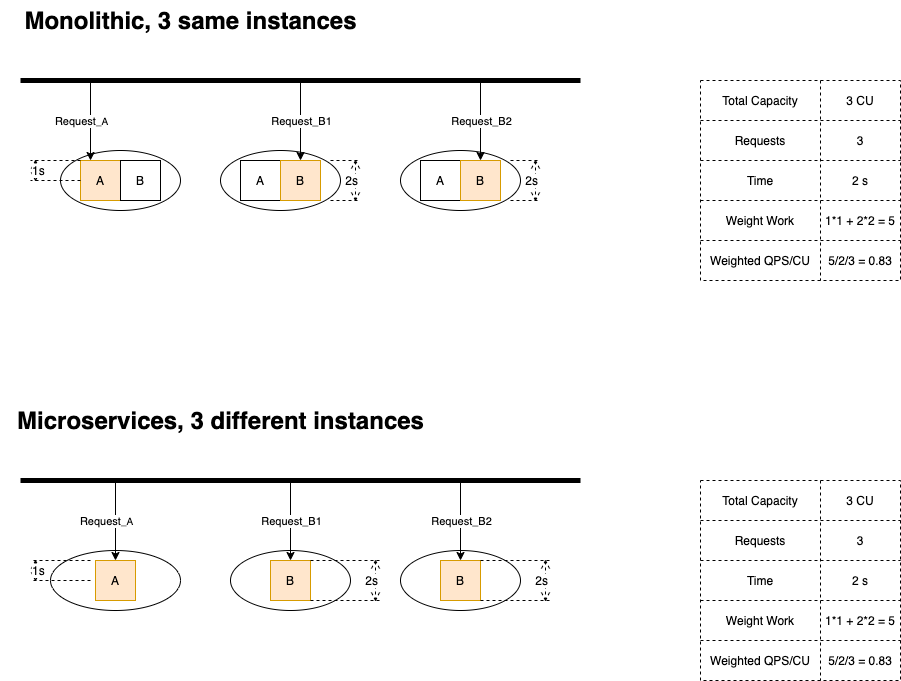
Before: 2021-11-how-independent-scaling-helps-with-performance/no-dep/no-dep-1v2.drawio.png, a diagram exported from draw.io (chenjianjx/cjx-diagrams). Source tidied: cells renumbered, new cells last; positions are measured from the earlier drawing's top-left corner, leaving out a move shared by most shapes.
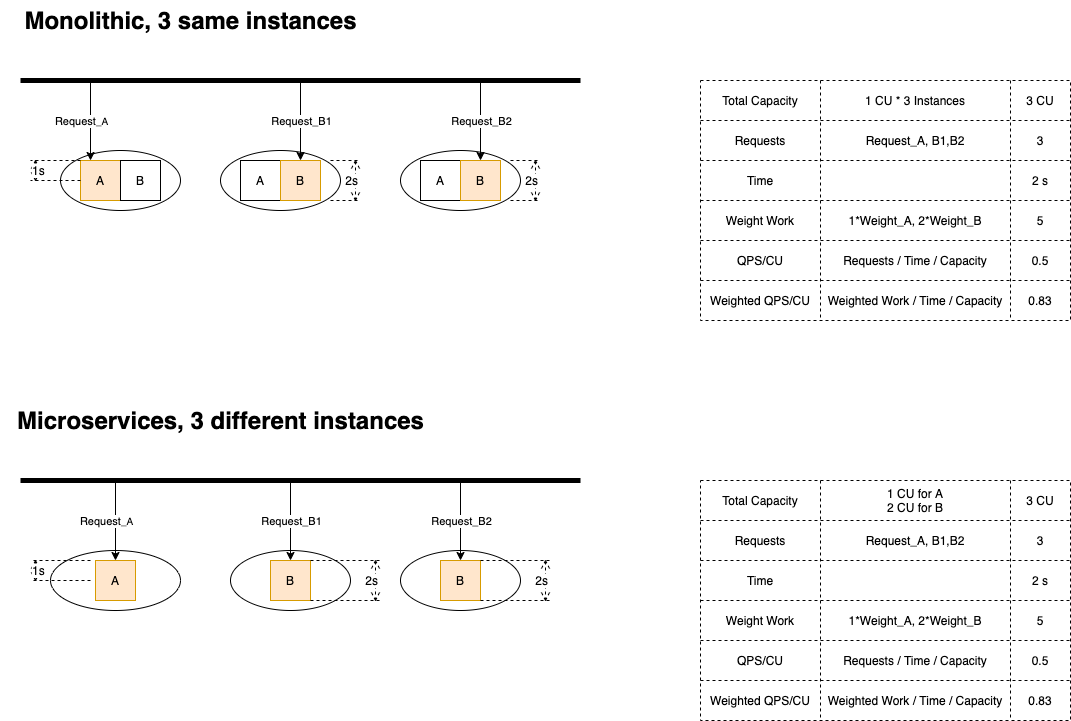
The same file after the commit.

The edit, as a diff of the source:
```diff
@@ -37,103 +37,157 @@
       <mxGeometry x="30" y="160" width="50" height="20" as="geometry" />
     </mxCell>
     <mxCell id="10" style="shape=table;html=1;whiteSpace=wrap;startSize=0;dashed=1;verticalAlign=bottom;" parent="1" vertex="1">
-      <mxGeometry x="700" y="80" width="200" height="200" as="geometry" />
+      <mxGeometry x="700" y="80" width="370" height="240" as="geometry" />
     </mxCell>
     <mxCell id="11" style="shape=partialRectangle;html=1;whiteSpace=wrap;fillColor=none;top=0;left=0;bottom=0;right=0;" parent="10" vertex="1">
-      <mxGeometry width="200" height="40" as="geometry" />
+      <mxGeometry width="370" height="40" as="geometry" />
     </mxCell>
     <mxCell id="12" value="Total Capacity" style="shape=partialRectangle;html=1;whiteSpace=wrap;fillColor=none;top=0;left=0;bottom=0;right=0;overflow=hidden;" parent="11" vertex="1">
       <mxGeometry width="120" height="40" as="geometry" />
     </mxCell>
+    <mxCell id="75" value="&lt;span&gt;1 CU * 3 Instances&lt;/span&gt;" style="shape=partialRectangle;html=1;whiteSpace=wrap;fillColor=none;top=0;left=0;bottom=0;right=0;overflow=hidden;" parent="11" vertex="1">
+      <mxGeometry x="120" width="190" height="40" as="geometry" />
+    </mxCell>
     <mxCell id="13" value="3 CU" style="shape=partialRectangle;html=1;whiteSpace=wrap;fillColor=none;top=0;left=0;bottom=0;right=0;overflow=hidden;" parent="11" vertex="1">
-      <mxGeometry x="120" width="80" height="40" as="geometry" />
+      <mxGeometry x="310" width="60" height="40" as="geometry" />
     </mxCell>
     <mxCell id="14" style="shape=partialRectangle;html=1;whiteSpace=wrap;fillColor=none;top=0;left=0;bottom=0;right=0;" parent="10" vertex="1">
-      <mxGeometry y="40" width="200" height="40" as="geometry" />
+      <mxGeometry y="40" width="370" height="40" as="geometry" />
     </mxCell>
     <mxCell id="15" value="Requests" style="shape=partialRectangle;html=1;whiteSpace=wrap;fillColor=none;top=0;left=0;bottom=0;right=0;overflow=hidden;" parent="14" vertex="1">
       <mxGeometry width="120" height="40" as="geometry" />
     </mxCell>
+    <mxCell id="76" value="Request_A, B1,B2" style="shape=partialRectangle;html=1;whiteSpace=wrap;fillColor=none;top=0;left=0;bottom=0;right=0;overflow=hidden;" parent="14" vertex="1">
+      <mxGeometry x="120" width="190" height="40" as="geometry" />
+    </mxCell>
     <mxCell id="16" value="3" style="shape=partialRectangle;html=1;whiteSpace=wrap;fillColor=none;top=0;left=0;bottom=0;right=0;overflow=hidden;" parent="14" vertex="1">
-      <mxGeometry x="120" width="80" height="40" as="geometry" />
+      <mxGeometry x="310" width="60" height="40" as="geometry" />
     </mxCell>
     <mxCell id="17" style="shape=partialRectangle;html=1;whiteSpace=wrap;fillColor=none;top=0;left=0;bottom=0;right=0;" parent="10" vertex="1">
-      <mxGeometry y="80" width="200" height="40" as="geometry" />
+      <mxGeometry y="80" width="370" height="40" as="geometry" />
     </mxCell>
     <mxCell id="18" value="Time" style="shape=partialRectangle;html=1;whiteSpace=wrap;fillColor=none;top=0;left=0;bottom=0;right=0;overflow=hidden;" parent="17" vertex="1">
       <mxGeometry width="120" height="40" as="geometry" />
     </mxCell>
+    <mxCell id="77" style="shape=partialRectangle;html=1;whiteSpace=wrap;fillColor=none;top=0;left=0;bottom=0;right=0;overflow=hidden;" parent="17" vertex="1">
+      <mxGeometry x="120" width="190" height="40" as="geometry" />
+    </mxCell>
     <mxCell id="19" value="2 s" style="shape=partialRectangle;html=1;whiteSpace=wrap;fillColor=none;top=0;left=0;bottom=0;right=0;overflow=hidden;" parent="17" vertex="1">
-      <mxGeometry x="120" width="80" height="40" as="geometry" />
+      <mxGeometry x="310" width="60" height="40" as="geometry" />
     </mxCell>
     <mxCell id="20" style="shape=partialRectangle;html=1;whiteSpace=wrap;fillColor=none;top=0;left=0;bottom=0;right=0;" parent="10" vertex="1">
-      <mxGeometry y="120" width="200" height="40" as="geometry" />
+      <mxGeometry y="120" width="370" height="40" as="geometry" />
     </mxCell>
     <mxCell id="21" value="&lt;span&gt;Weight Work&lt;/span&gt;" style="shape=partialRectangle;html=1;whiteSpace=wrap;fillColor=none;top=0;left=0;bottom=0;right=0;overflow=hidden;" parent="20" vertex="1">
       <mxGeometry width="120" height="40" as="geometry" />
     </mxCell>
+    <mxCell id="78" value="&lt;span&gt;1*Weight_A, 2*Weight_B&lt;/span&gt;" style="shape=partialRectangle;html=1;whiteSpace=wrap;fillColor=none;top=0;left=0;bottom=0;right=0;overflow=hidden;" parent="20" vertex="1">
+      <mxGeometry x="120" width="190" height="40" as="geometry" />
+    </mxCell>
-    <mxCell id="22" value="1*1 + 2*2 = 5" style="shape=partialRectangle;html=1;whiteSpace=wrap;fillColor=none;top=0;left=0;bottom=0;right=0;overflow=hidden;" parent="20" vertex="1">
-      <mxGeometry x="120" width="80" height="40" as="geometry" />
+    <mxCell id="22" value="5" style="shape=partialRectangle;html=1;whiteSpace=wrap;fillColor=none;top=0;left=0;bottom=0;right=0;overflow=hidden;" parent="20" vertex="1">
+      <mxGeometry x="310" width="60" height="40" as="geometry" />
     </mxCell>
+    <mxCell id="79" style="shape=partialRectangle;html=1;whiteSpace=wrap;fillColor=none;top=0;left=0;bottom=0;right=0;" parent="10" vertex="1">
+      <mxGeometry y="160" width="370" height="40" as="geometry" />
+    </mxCell>
+    <mxCell id="80" value="&lt;span&gt;QPS/CU&lt;/span&gt;" style="shape=partialRectangle;html=1;whiteSpace=wrap;fillColor=none;top=0;left=0;bottom=0;right=0;overflow=hidden;" parent="79" vertex="1">
+      <mxGeometry width="120" height="40" as="geometry" />
+    </mxCell>
+    <mxCell id="81" value="&lt;span&gt;Requests / Time / Capacity&lt;/span&gt;" style="shape=partialRectangle;html=1;whiteSpace=wrap;fillColor=none;top=0;left=0;bottom=0;right=0;overflow=hidden;" parent="79" vertex="1">
+      <mxGeometry x="120" width="190" height="40" as="geometry" />
+    </mxCell>
+    <mxCell id="82" value="0.5" style="shape=partialRectangle;html=1;whiteSpace=wrap;fillColor=none;top=0;left=0;bottom=0;right=0;overflow=hidden;" parent="79" vertex="1">
+      <mxGeometry x="310" width="60" height="40" as="geometry" />
+    </mxCell>
     <mxCell id="23" style="shape=partialRectangle;html=1;whiteSpace=wrap;fillColor=none;top=0;left=0;bottom=0;right=0;" parent="10" vertex="1">
-      <mxGeometry y="160" width="200" height="40" as="geometry" />
+      <mxGeometry y="200" width="370" height="40" as="geometry" />
     </mxCell>
     <mxCell id="24" value="Weighted QPS/CU" style="shape=partialRectangle;html=1;whiteSpace=wrap;fillColor=none;top=0;left=0;bottom=0;right=0;overflow=hidden;" parent="23" vertex="1">
       <mxGeometry width="120" height="40" as="geometry" />
     </mxCell>
+    <mxCell id="83" value="&lt;span&gt;Weighted Work / Time / Capacity&lt;/span&gt;" style="shape=partialRectangle;html=1;whiteSpace=wrap;fillColor=none;top=0;left=0;bottom=0;right=0;overflow=hidden;" parent="23" vertex="1">
+      <mxGeometry x="120" width="190" height="40" as="geometry" />
+    </mxCell>
-    <mxCell id="25" value="5/2/3 = 0.83" style="shape=partialRectangle;html=1;whiteSpace=wrap;fillColor=none;top=0;left=0;bottom=0;right=0;overflow=hidden;" parent="23" vertex="1">
-      <mxGeometry x="120" width="80" height="40" as="geometry" />
+    <mxCell id="25" value="0.83" style="shape=partialRectangle;html=1;whiteSpace=wrap;fillColor=none;top=0;left=0;bottom=0;right=0;overflow=hidden;" parent="23" vertex="1">
+      <mxGeometry x="310" width="60" height="40" as="geometry" />
     </mxCell>
     <mxCell id="26" value="Monolithic, 3 same instances" style="text;strokeColor=none;fillColor=none;html=1;fontSize=24;fontStyle=1;verticalAlign=middle;align=center;dashed=1;" parent="1" vertex="1">
       <mxGeometry width="380" height="40" as="geometry" />
     </mxCell>
     <mxCell id="27" style="shape=table;html=1;whiteSpace=wrap;startSize=0;dashed=1;verticalAlign=bottom;" parent="1" vertex="1">
-      <mxGeometry x="700" y="480" width="200" height="200" as="geometry" />
+      <mxGeometry x="700" y="480" width="370" height="240" as="geometry" />
     </mxCell>
     <mxCell id="28" style="shape=partialRectangle;html=1;whiteSpace=wrap;fillColor=none;top=0;left=0;bottom=0;right=0;" parent="27" vertex="1">
-      <mxGeometry width="200" height="40" as="geometry" />
+      <mxGeometry width="370" height="40" as="geometry" />
     </mxCell>
     <mxCell id="29" value="Total Capacity" style="shape=partialRectangle;html=1;whiteSpace=wrap;fillColor=none;top=0;left=0;bottom=0;right=0;overflow=hidden;" parent="28" vertex="1">
       <mxGeometry width="120" height="40" as="geometry" />
     </mxCell>
+    <mxCell id="84" value="&lt;span&gt;1 CU for A&lt;/span&gt;&lt;br&gt;&lt;span&gt;2 CU for B&lt;/span&gt;" style="shape=partialRectangle;html=1;whiteSpace=wrap;fillColor=none;top=0;left=0;bottom=0;right=0;overflow=hidden;" parent="28" vertex="1">
+      <mxGeometry x="120" width="190" height="40" as="geometry" />
+    </mxCell>
     <mxCell id="30" value="3 CU" style="shape=partialRectangle;html=1;whiteSpace=wrap;fillColor=none;top=0;left=0;bottom=0;right=0;overflow=hidden;" parent="28" vertex="1">
-      <mxGeometry x="120" width="80" height="40" as="geometry" />
+      <mxGeometry x="310" width="60" height="40" as="geometry" />
     </mxCell>
     <mxCell id="31" style="shape=partialRectangle;html=1;whiteSpace=wrap;fillColor=none;top=0;left=0;bottom=0;right=0;" parent="27" vertex="1">
-      <mxGeometry y="40" width="200" height="40" as="geometry" />
+      <mxGeometry y="40" width="370" height="40" as="geometry" />
     </mxCell>
     <mxCell id="32" value="Requests" style="shape=partialRectangle;html=1;whiteSpace=wrap;fillColor=none;top=0;left=0;bottom=0;right=0;overflow=hidden;" parent="31" vertex="1">
       <mxGeometry width="120" height="40" as="geometry" />
     </mxCell>
+    <mxCell id="85" value="&lt;span&gt;Request_A, B1,B2&lt;/span&gt;" style="shape=partialRectangle;html=1;whiteSpace=wrap;fillColor=none;top=0;left=0;bottom=0;right=0;overflow=hidden;" parent="31" vertex="1">
+      <mxGeometry x="120" width="190" height="40" as="geometry" />
+    </mxCell>
     <mxCell id="33" value="3" style="shape=partialRectangle;html=1;whiteSpace=wrap;fillColor=none;top=0;left=0;bottom=0;right=0;overflow=hidden;" parent="31" vertex="1">
-      <mxGeometry x="120" width="80" height="40" as="geometry" />
+      <mxGeometry x="310" width="60" height="40" as="geometry" />
     </mxCell>
     <mxCell id="34" style="shape=partialRectangle;html=1;whiteSpace=wrap;fillColor=none;top=0;left=0;bottom=0;right=0;" parent="27" vertex="1">
-      <mxGeometry y="80" width="200" height="40" as="geometry" />
+      <mxGeometry y="80" width="370" height="40" as="geometry" />
     </mxCell>
     <mxCell id="35" value="Time" style="shape=partialRectangle;html=1;whiteSpace=wrap;fillColor=none;top=0;left=0;bottom=0;right=0;overflow=hidden;" parent="34" vertex="1">
       <mxGeometry width="120" height="40" as="geometry" />
     </mxCell>
+    <mxCell id="86" style="shape=partialRectangle;html=1;whiteSpace=wrap;fillColor=none;top=0;left=0;bottom=0;right=0;overflow=hidden;" parent="34" vertex="1">
+      <mxGeometry x="120" width="190" height="40" as="geometry" />
+    </mxCell>
     <mxCell id="36" value="2 s" style="shape=partialRectangle;html=1;whiteSpace=wrap;fillColor=none;top=0;left=0;bottom=0;right=0;overflow=hidden;" parent="34" vertex="1">
-      <mxGeometry x="120" width="80" height="40" as="geometry" />
+      <mxGeometry x="310" width="60" height="40" as="geometry" />
     </mxCell>
     <mxCell id="37" style="shape=partialRectangle;html=1;whiteSpace=wrap;fillColor=none;top=0;left=0;bottom=0;right=0;" parent="27" vertex="1">
-      <mxGeometry y="120" width="200" height="40" as="geometry" />
+      <mxGeometry y="120" width="370" height="40" as="geometry" />
     </mxCell>
     <mxCell id="38" value="Weight Work" style="shape=partialRectangle;html=1;whiteSpace=wrap;fillColor=none;top=0;left=0;bottom=0;right=0;overflow=hidden;" parent="37" vertex="1">
       <mxGeometry width="120" height="40" as="geometry" />
     </mxCell>
+    <mxCell id="87" value="&lt;span&gt;1*Weight_A, 2*Weight_B&lt;/span&gt;" style="shape=partialRectangle;html=1;whiteSpace=wrap;fillColor=none;top=0;left=0;bottom=0;right=0;overflow=hidden;" parent="37" vertex="1">
+      <mxGeometry x="120" width="190" height="40" as="geometry" />
+    </mxCell>
-    <mxCell id="39" value="&lt;span&gt;1*1 + 2*2 = 5&lt;/span&gt;" style="shape=partialRectangle;html=1;whiteSpace=wrap;fillColor=none;top=0;left=0;bottom=0;right=0;overflow=hidden;" parent="37" vertex="1">
-      <mxGeometry x="120" width="80" height="40" as="geometry" />
+    <mxCell id="39" value="&lt;span&gt;5&lt;/span&gt;" style="shape=partialRectangle;html=1;whiteSpace=wrap;fillColor=none;top=0;left=0;bottom=0;right=0;overflow=hidden;" parent="37" vertex="1">
+      <mxGeometry x="310" width="60" height="40" as="geometry" />
     </mxCell>
+    <mxCell id="88" style="shape=partialRectangle;html=1;whiteSpace=wrap;fillColor=none;top=0;left=0;bottom=0;right=0;" parent="27" vertex="1">
+      <mxGeometry y="160" width="370" height="40" as="geometry" />
+    </mxCell>
+    <mxCell id="89" value="&lt;span&gt;QPS/CU&lt;/span&gt;" style="shape=partialRectangle;html=1;whiteSpace=wrap;fillColor=none;top=0;left=0;bottom=0;right=0;overflow=hidden;" parent="88" vertex="1">
+      <mxGeometry width="120" height="40" as="geometry" />
+    </mxCell>
+    <mxCell id="90" value="&lt;span&gt;Requests / Time / Capacity&lt;/span&gt;" style="shape=partialRectangle;html=1;whiteSpace=wrap;fillColor=none;top=0;left=0;bottom=0;right=0;overflow=hidden;" parent="88" vertex="1">
+      <mxGeometry x="120" width="190" height="40" as="geometry" />
+    </mxCell>
+    <mxCell id="91" value="&lt;span&gt;0.5&lt;/span&gt;" style="shape=partialRectangle;html=1;whiteSpace=wrap;fillColor=none;top=0;left=0;bottom=0;right=0;overflow=hidden;" parent="88" vertex="1">
+      <mxGeometry x="310" width="60" height="40" as="geometry" />
+    </mxCell>
     <mxCell id="40" style="shape=partialRectangle;html=1;whiteSpace=wrap;fillColor=none;top=0;left=0;bottom=0;right=0;" parent="27" vertex="1">
-      <mxGeometry y="160" width="200" height="40" as="geometry" />
+      <mxGeometry y="200" width="370" height="40" as="geometry" />
     </mxCell>
     <mxCell id="41" value="Weighted QPS/CU" style="shape=partialRectangle;html=1;whiteSpace=wrap;fillColor=none;top=0;left=0;bottom=0;right=0;overflow=hidden;" parent="40" vertex="1">
       <mxGeometry width="120" height="40" as="geometry" />
     </mxCell>
+    <mxCell id="92" value="&lt;span&gt;Weighted Work / Time / Capacity&lt;/span&gt;" style="shape=partialRectangle;html=1;whiteSpace=wrap;fillColor=none;top=0;left=0;bottom=0;right=0;overflow=hidden;" parent="40" vertex="1">
+      <mxGeometry x="120" width="190" height="40" as="geometry" />
+    </mxCell>
-    <mxCell id="42" value="5/2/3 = 0.83" style="shape=partialRectangle;html=1;whiteSpace=wrap;fillColor=none;top=0;left=0;bottom=0;right=0;overflow=hidden;" parent="40" vertex="1">
-      <mxGeometry x="120" width="80" height="40" as="geometry" />
+    <mxCell id="42" value="0.83" style="shape=partialRectangle;html=1;whiteSpace=wrap;fillColor=none;top=0;left=0;bottom=0;right=0;overflow=hidden;" parent="40" vertex="1">
+      <mxGeometry x="310" width="60" height="40" as="geometry" />
     </mxCell>
     <mxCell id="43" value="Microservices, 3 different instances" style="text;strokeColor=none;fillColor=none;html=1;fontSize=24;fontStyle=1;verticalAlign=middle;align=center;dashed=1;" parent="1" vertex="1">
       <mxGeometry x="140" y="400" width="160" height="40" as="geometry" />
```
